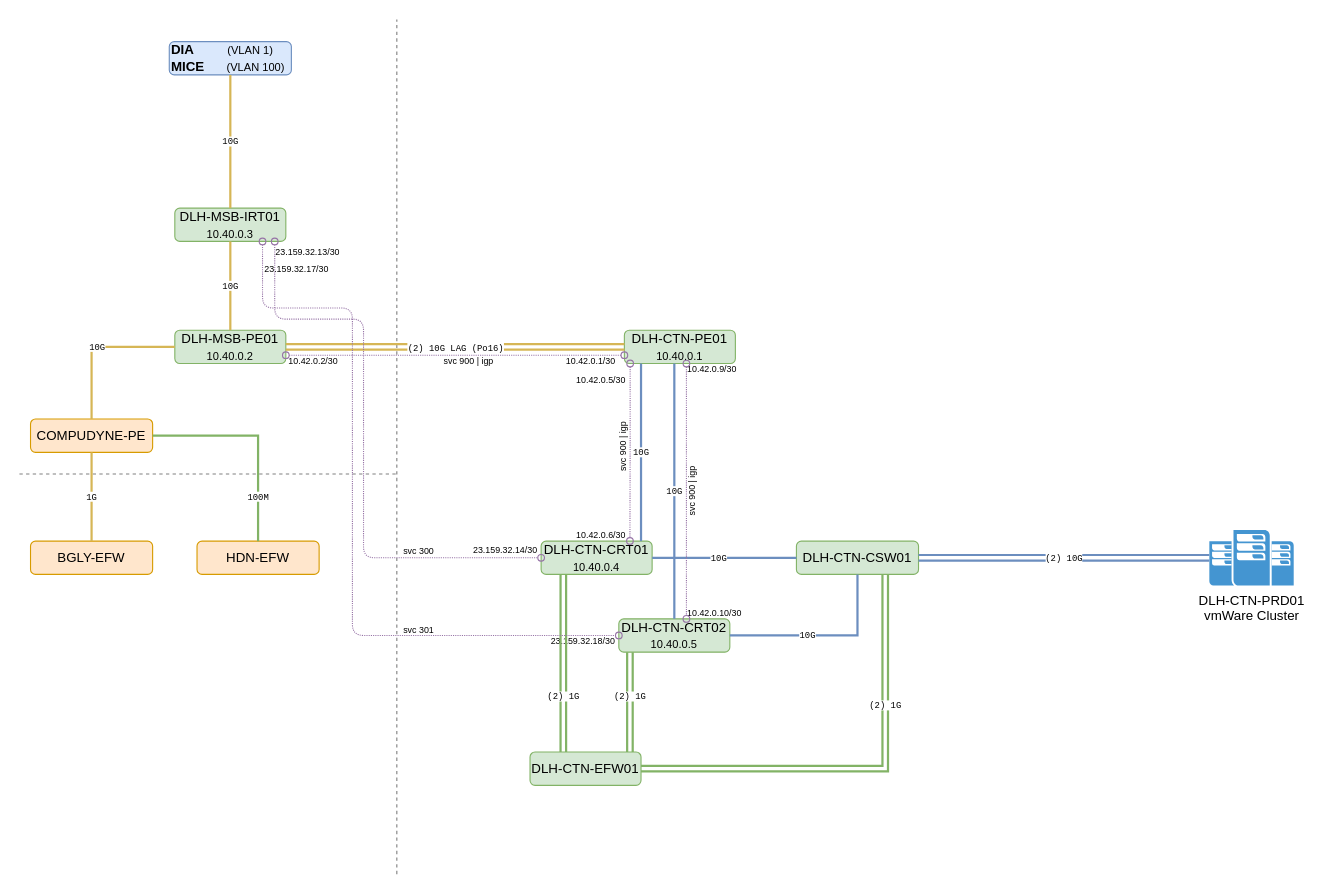
Earlier version of the draw.io diagram Network Diagram.drawio (abhid/drawio-diagrams). Source tidied: cells renumbered, new cells numbered last; positions are measured from the earlier drawing's top-left corner, leaving out a move shared by most shapes. Both pictures are drawn from the tidied source at 111%, with x=0, y=0 at pixel (19, 19).
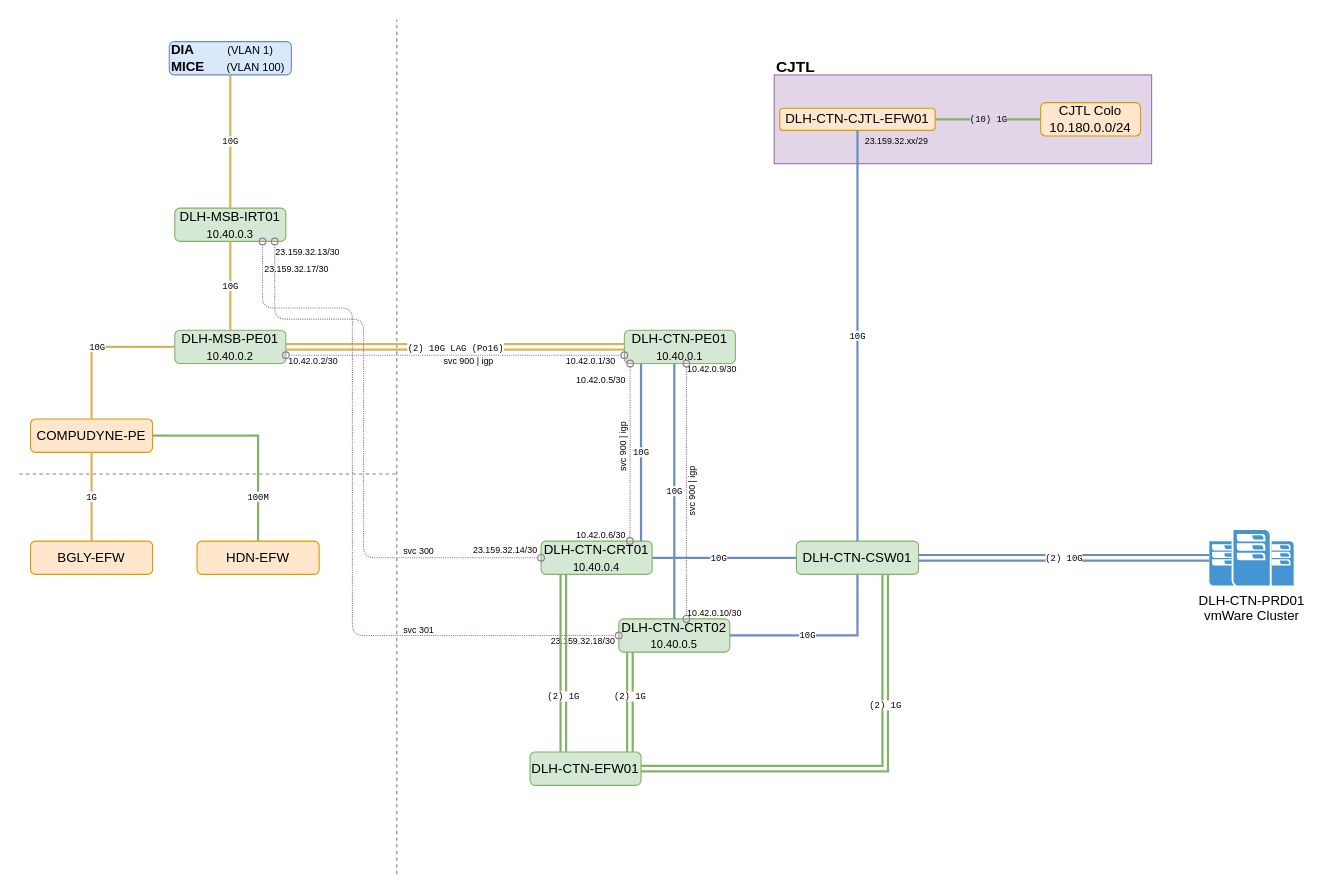
The same diagram, later.

Unchanged cells that the change refers to:
```xml
<mxCell id="11" value="DLH-CTN-CSW01" style="rounded=1;whiteSpace=wrap;html=1;fillColor=#d5e8d4;strokeColor=#82b366;" parent="1" vertex="1">
  <mxGeometry x="700" y="470" width="110" height="30" as="geometry" />
</mxCell>
```

What changed in the source:
```diff
@@
+    <mxCell id="53" parent="0" />
+    <mxCell id="54" value="CJTL" style="rounded=0;whiteSpace=wrap;html=1;fontSize=14;fillColor=#e1d5e7;strokeColor=#9673a6;verticalAlign=top;align=left;fontStyle=1;spacingBottom=0;spacingTop=-22;" parent="53" vertex="1">
+      <mxGeometry x="680" y="50" width="340" height="80" as="geometry" />
+    </mxCell>
+    <mxCell id="55" value="&lt;font face=&quot;Courier New&quot;&gt;(10) 1G&lt;/font&gt;" style="edgeStyle=orthogonalEdgeStyle;rounded=0;jettySize=auto;html=1;endArrow=none;endFill=0;strokeWidth=2;fontSize=8;fillColor=#d5e8d4;strokeColor=#82b366;labelBackgroundColor=#E1D5E7;" parent="53" edge="1" source="56" target="57">
+      <mxGeometry relative="1" as="geometry" />
+    </mxCell>
+    <mxCell id="56" value="DLH-CTN-CJTL-EFW01" style="rounded=1;whiteSpace=wrap;html=1;fillColor=#ffe6cc;strokeColor=#d79b00;" parent="53" vertex="1">
+      <mxGeometry x="685" y="80" width="140" height="20" as="geometry" />
+    </mxCell>
+    <mxCell id="57" value="CJTL Colo&lt;br&gt;10.180.0.0/24" style="rounded=1;whiteSpace=wrap;html=1;fillColor=#ffe6cc;strokeColor=#d79b00;" parent="53" vertex="1">
+      <mxGeometry x="920" y="75" width="90" height="30" as="geometry" />
+    </mxCell>
+    <mxCell id="58" value="&lt;font face=&quot;Courier New&quot;&gt;10G&lt;/font&gt;" style="edgeStyle=orthogonalEdgeStyle;rounded=0;jettySize=auto;html=1;fillColor=#dae8fc;strokeColor=#6c8ebf;endArrow=none;endFill=0;strokeWidth=2;fontSize=8;" parent="53" edge="1" source="11" target="56">
+      <mxGeometry relative="1" as="geometry" />
+    </mxCell>
+    <mxCell id="59" value="23.159.32.xx/29" style="text;html=1;strokeColor=none;fillColor=none;align=left;verticalAlign=middle;whiteSpace=wrap;rounded=0;comic=1;fontSize=8;" parent="53" vertex="1">
+      <mxGeometry x="760" y="105" width="60" height="10" as="geometry" />
+    </mxCell>
```
